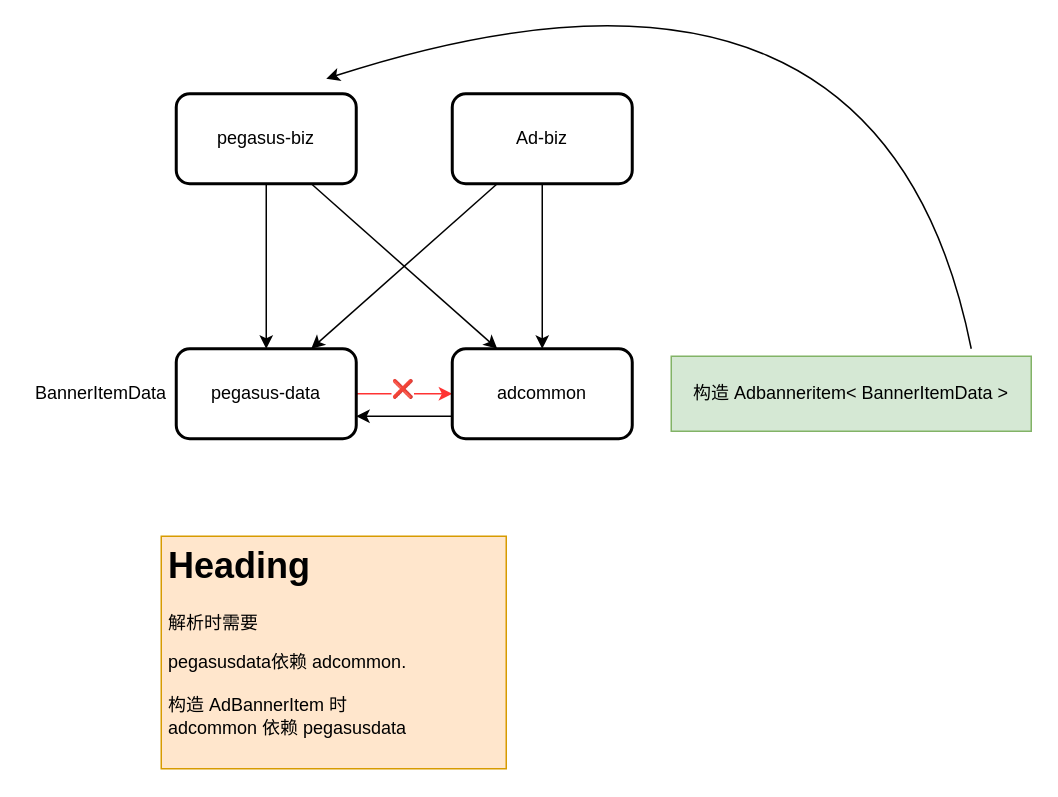
Before: 天马重构.drawio in windherd/draw.io, a draw.io diagram. Source tidied: cells renumbered, new cells numbered last; positions are measured from the earlier drawing's top-left corner, leaving out a move shared by most shapes. Both pictures are drawn from the tidied source at 150%, with x=0, y=0 at pixel (26, -102).
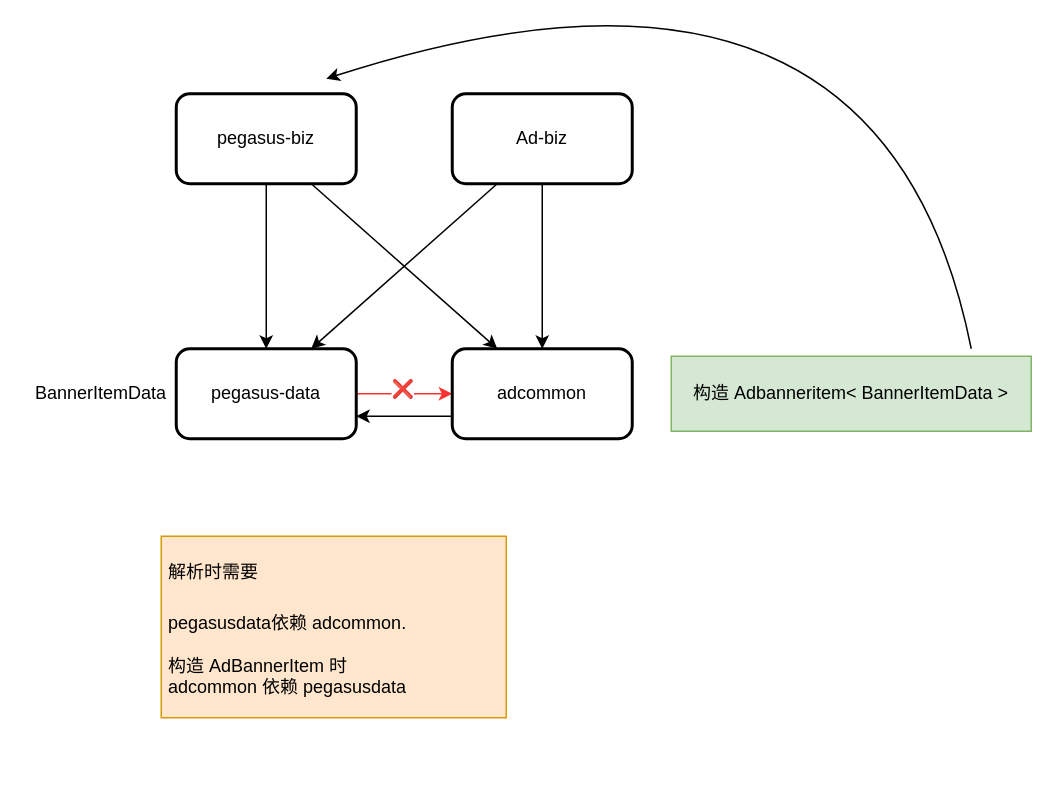
The same diagram, later.

Commit message:
更新天马重构.drawio

Diff of the diagram source:
```diff
@@
 <mxGraphModel>
   <root>
     <mxCell id="0" />
     <mxCell id="1" parent="0" />
     <mxCell id="2" style="edgeStyle=orthogonalEdgeStyle;rounded=0;jettySize=auto;html=1;entryX=0.5;entryY=0;entryDx=0;entryDy=0;fontFamily=Helvetica;fontSize=12;fontColor=default;" parent="1" edge="1" source="4" target="9">
       <mxGeometry relative="1" as="geometry" />
     </mxCell>
     <mxCell id="3" style="edgeStyle=orthogonalEdgeStyle;rounded=0;jettySize=auto;html=1;entryX=0;entryY=0;entryDx=0;entryDy=0;fontFamily=Helvetica;fontSize=12;fontColor=default;exitX=0.75;exitY=1;exitDx=0;exitDy=0;strokeColor=none;" parent="1" edge="1" source="4" target="10">
       <mxGeometry relative="1" as="geometry" />
     </mxCell>
     <mxCell id="4" value="pegasus-biz" style="rounded=1;whiteSpace=wrap;html=1;strokeWidth=2;" parent="1" vertex="1">
       <mxGeometry x="100" y="130" width="120" height="60" as="geometry" />
     </mxCell>
     <mxCell id="5" style="edgeStyle=orthogonalEdgeStyle;rounded=0;jettySize=auto;html=1;entryX=0.5;entryY=0;entryDx=0;entryDy=0;fontFamily=Helvetica;fontSize=12;fontColor=default;" parent="1" edge="1" source="6" target="10">
       <mxGeometry relative="1" as="geometry" />
     </mxCell>
     <mxCell id="6" value="Ad-biz" style="rounded=1;whiteSpace=wrap;html=1;strokeWidth=2;" parent="1" vertex="1">
       <mxGeometry x="284" y="130" width="120" height="60" as="geometry" />
     </mxCell>
     <mxCell id="7" style="edgeStyle=orthogonalEdgeStyle;rounded=0;jettySize=auto;html=1;entryX=0;entryY=0.5;entryDx=0;entryDy=0;fontFamily=Helvetica;fontSize=12;fontColor=default;strokeColor=#FF3333;" parent="1" edge="1" source="9" target="10">
       <mxGeometry relative="1" as="geometry" />
     </mxCell>
     <mxCell id="8" value="❌" style="edgeLabel;html=1;align=center;verticalAlign=middle;fontSize=12;fontFamily=Helvetica;fontColor=default;" parent="7" vertex="1">
       <mxGeometry x="-0.06" y="4" relative="1" as="geometry" />
     </mxCell>
     <mxCell id="9" value="pegasus-data" style="rounded=1;whiteSpace=wrap;html=1;strokeWidth=2;" parent="1" vertex="1">
       <mxGeometry x="100" y="300" width="120" height="60" as="geometry" />
     </mxCell>
     <mxCell id="10" value="adcommon" style="rounded=1;whiteSpace=wrap;html=1;strokeWidth=2;" parent="1" vertex="1">
       <mxGeometry x="284" y="300" width="120" height="60" as="geometry" />
     </mxCell>
     <mxCell id="11" style="endArrow=classic;html=1;rounded=0;fontFamily=Helvetica;fontSize=12;fontColor=default;exitX=0.25;exitY=1;exitDx=0;exitDy=0;entryX=0.75;entryY=0;entryDx=0;entryDy=0;" parent="1" edge="1" source="6" target="9">
       <mxGeometry relative="1" as="geometry" />
     </mxCell>
     <mxCell id="12" value="构造 Adbanneritem&amp;lt;&amp;nbsp;BannerItemData &amp;gt;" style="text;html=1;strokeColor=#82b366;fillColor=#d5e8d4;align=center;verticalAlign=middle;whiteSpace=wrap;rounded=0;fontSize=12;fontFamily=Helvetica;" parent="1" vertex="1">
       <mxGeometry x="430" y="305" width="240" height="50" as="geometry" />
     </mxCell>
     <mxCell id="13" style="endArrow=classic;html=1;rounded=0;fontFamily=Helvetica;fontSize=12;fontColor=default;exitX=0.75;exitY=1;exitDx=0;exitDy=0;entryX=0.25;entryY=0;entryDx=0;entryDy=0;" parent="1" edge="1" source="4" target="10">
       <mxGeometry relative="1" as="geometry" />
     </mxCell>
     <mxCell id="14" value="BannerItemData" style="text;html=1;strokeColor=none;fillColor=none;align=center;verticalAlign=middle;whiteSpace=wrap;rounded=0;fontSize=12;fontFamily=Helvetica;fontColor=default;" parent="1" vertex="1">
       <mxGeometry y="315" width="100" height="30" as="geometry" />
     </mxCell>
     <mxCell id="15" style="endArrow=classic;html=1;rounded=0;fontFamily=Helvetica;fontSize=12;fontColor=default;exitX=0;exitY=0.75;exitDx=0;exitDy=0;entryX=1;entryY=0.75;entryDx=0;entryDy=0;" parent="1" edge="1" source="10" target="9">
       <mxGeometry relative="1" as="geometry" />
     </mxCell>
     <mxCell id="16" style="endArrow=none;html=1;fontFamily=Helvetica;fontSize=12;fontColor=default;curved=1;startArrow=classic;startFill=1;" parent="1" edge="1">
       <mxGeometry relative="1" as="geometry">
         <mxPoint x="200" y="120" as="sourcePoint" />
         <mxPoint x="630" y="300" as="targetPoint" />
         <Array as="points">
           <mxPoint x="570" />
         </Array>
       </mxGeometry>
     </mxCell>
-    <mxCell id="17" value="&lt;h1&gt;Heading&lt;/h1&gt;&lt;p&gt;解析时需要&lt;/p&gt;pegasusdata依赖 adcommon&lt;span style=&quot;background-color: initial;&quot;&gt;.&lt;br&gt;&lt;/span&gt;&lt;br&gt;构造 AdBannerItem 时&lt;br&gt;adcommon 依赖 pegasusdata&lt;br&gt;&lt;p&gt;&lt;br&gt;&lt;/p&gt;" style="text;html=1;strokeColor=#d79b00;fillColor=#ffe6cc;spacing=5;spacingTop=-20;whiteSpace=wrap;overflow=hidden;rounded=0;fontSize=12;fontFamily=Helvetica;" parent="1" vertex="1">
-      <mxGeometry x="90" y="425" width="230" height="155" as="geometry" />
+    <mxCell id="17" value="&lt;h1&gt;&lt;span style=&quot;background-color: initial; font-size: 12px; font-weight: normal;&quot;&gt;解析时需要&lt;/span&gt;&lt;br&gt;&lt;/h1&gt;pegasusdata依赖 adcommon&lt;span style=&quot;background-color: initial;&quot;&gt;.&lt;br&gt;&lt;/span&gt;&lt;br&gt;构造 AdBannerItem 时&lt;br&gt;adcommon 依赖 pegasusdata&lt;br&gt;&lt;p&gt;&lt;br&gt;&lt;/p&gt;" style="text;html=1;strokeColor=#d79b00;fillColor=#ffe6cc;spacing=5;spacingTop=-20;whiteSpace=wrap;overflow=hidden;rounded=0;fontSize=12;fontFamily=Helvetica;" parent="1" vertex="1">
+      <mxGeometry x="90" y="425" width="230" height="121" as="geometry" />
     </mxCell>
   </root>
 </mxGraphModel>
```
